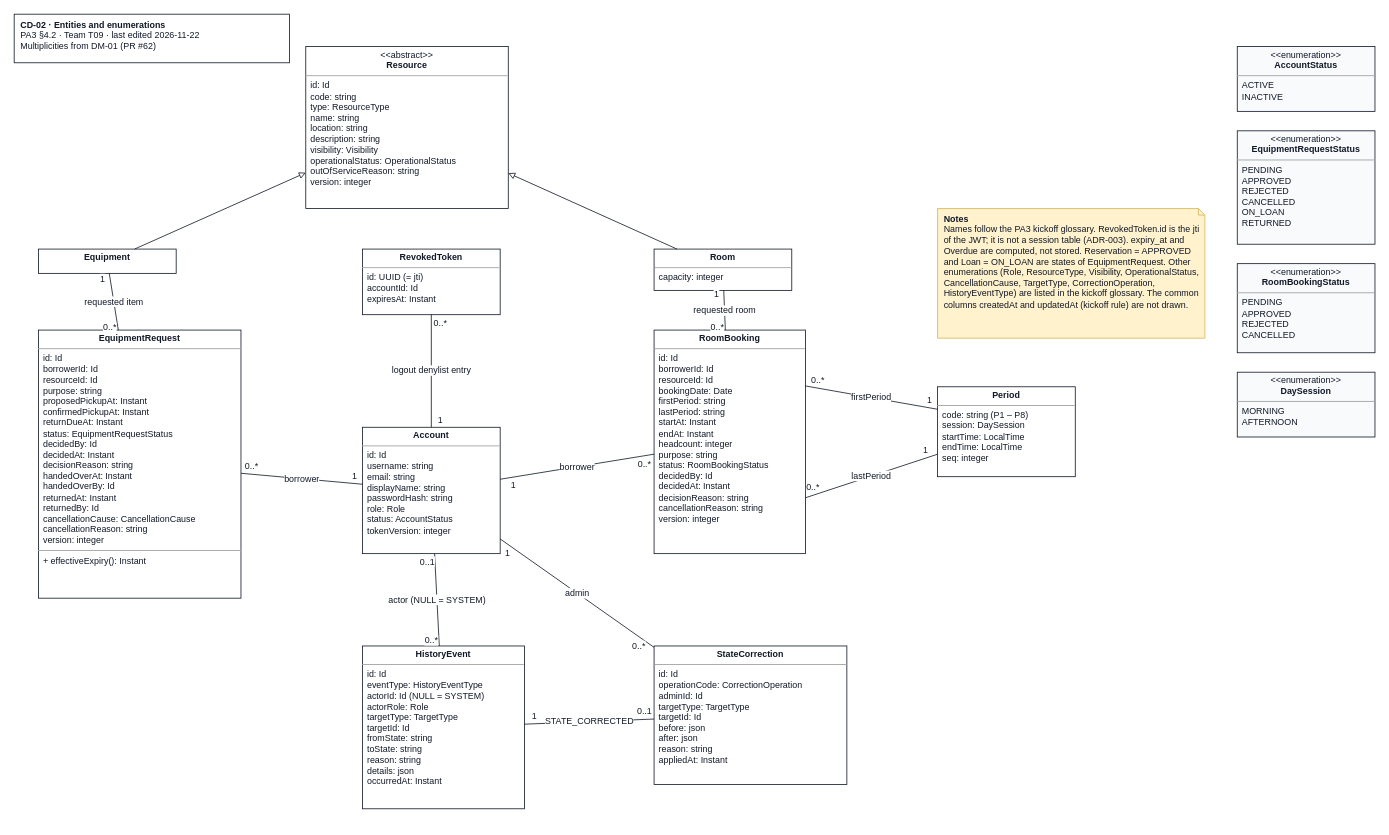
JuliaTrang/T09-CampusBorrow keeps this draw.io diagram as docs/design/diagrams/CD-02_entities.drawio. Above is the earlier version. Source tidied: cells renumbered, new cells numbered last; positions are measured from the earlier drawing's top-left corner, leaving out a move shared by most shapes. Both pictures are drawn from the tidied source at 81%, with x=0, y=0 at pixel (14, 14).
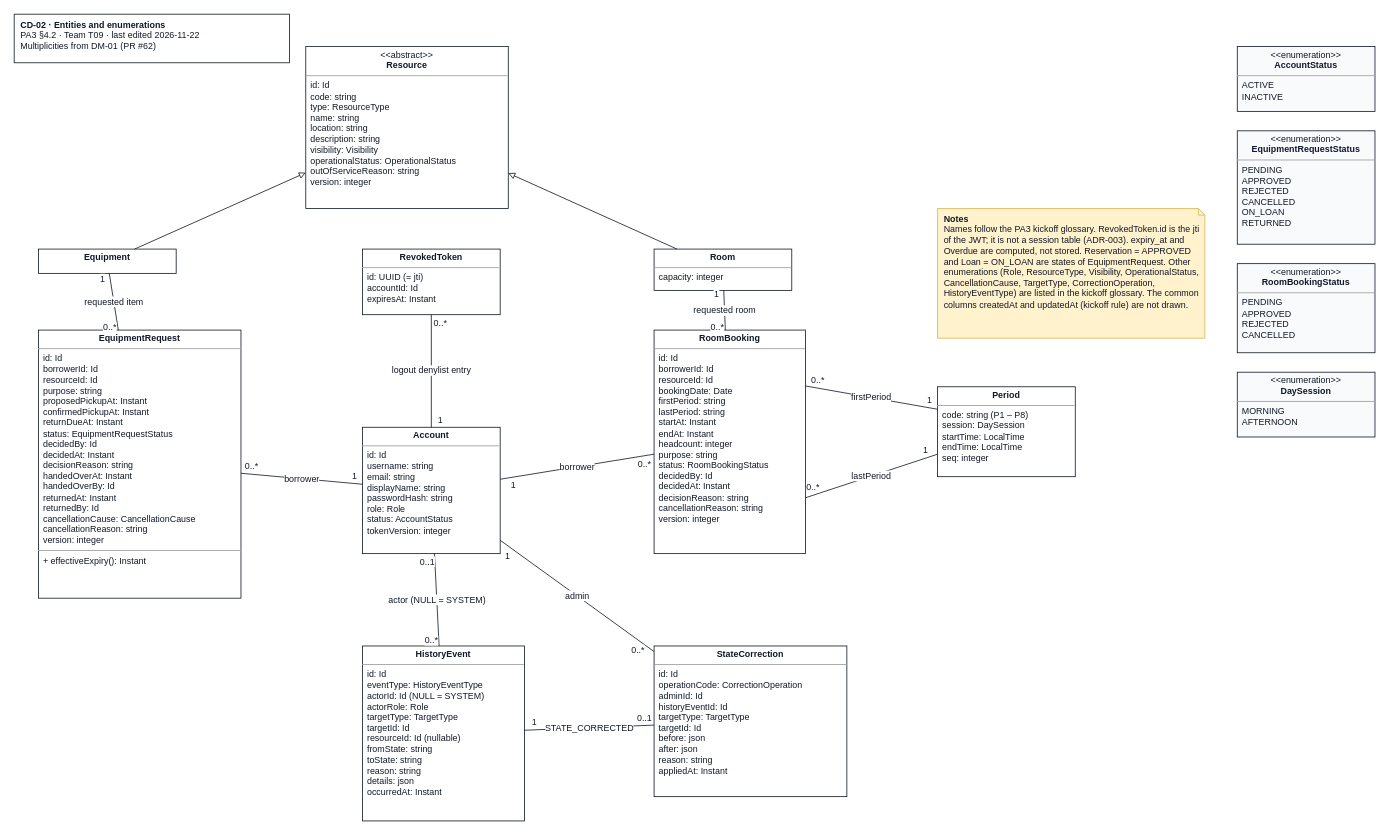
The same page after the edit.

The edit, as a diff of the source:
```diff
@@
-    <mxCell id="10" value="&lt;p style=&quot;margin:0px;margin-top:4px;text-align:center;&quot;&gt;&lt;b&gt;HistoryEvent&lt;/b&gt;&lt;/p&gt;&lt;hr size=&quot;1&quot;/&gt;&lt;p style=&quot;margin:0px;margin-left:6px;&quot;&gt;id: Id&lt;br&gt;eventType: HistoryEventType&lt;br&gt;actorId: Id  (NULL = SYSTEM)&lt;br&gt;actorRole: Role&lt;br&gt;targetType: TargetType&lt;br&gt;targetId: Id&lt;br&gt;fromState: string&lt;br&gt;toState: string&lt;br&gt;reason: string&lt;br&gt;details: json&lt;br&gt;occurredAt: Instant&lt;/p&gt;" style="verticalAlign=top;align=left;overflow=fill;html=1;whiteSpace=wrap;rounded=0;strokeColor=#111827;fillColor=#ffffff;fontFamily=Arial;fontSize=11;fontColor=#111827;" parent="1" vertex="1">
-      <mxGeometry x="430" y="780" width="200" height="201" as="geometry" />
+    <mxCell id="10" value="&lt;p style=&quot;margin:0px;margin-top:4px;text-align:center;&quot;&gt;&lt;b&gt;HistoryEvent&lt;/b&gt;&lt;/p&gt;&lt;hr size=&quot;1&quot;/&gt;&lt;p style=&quot;margin:0px;margin-left:6px;&quot;&gt;id: Id&lt;br&gt;eventType: HistoryEventType&lt;br&gt;actorId: Id  (NULL = SYSTEM)&lt;br&gt;actorRole: Role&lt;br&gt;targetType: TargetType&lt;br&gt;targetId: Id&lt;br&gt;resourceId: Id (nullable)&lt;br&gt;fromState: string&lt;br&gt;toState: string&lt;br&gt;reason: string&lt;br&gt;details: json&lt;br&gt;occurredAt: Instant&lt;/p&gt;" style="verticalAlign=top;align=left;overflow=fill;html=1;whiteSpace=wrap;rounded=0;strokeColor=#111827;fillColor=#ffffff;fontFamily=Arial;fontSize=11;fontColor=#111827;" parent="1" vertex="1">
+      <mxGeometry x="430" y="780" width="200" height="216" as="geometry" />
     </mxCell>
-    <mxCell id="11" value="&lt;p style=&quot;margin:0px;margin-top:4px;text-align:center;&quot;&gt;&lt;b&gt;StateCorrection&lt;/b&gt;&lt;/p&gt;&lt;hr size=&quot;1&quot;/&gt;&lt;p style=&quot;margin:0px;margin-left:6px;&quot;&gt;id: Id&lt;br&gt;operationCode: CorrectionOperation&lt;br&gt;adminId: Id&lt;br&gt;targetType: TargetType&lt;br&gt;targetId: Id&lt;br&gt;before: json&lt;br&gt;after: json&lt;br&gt;reason: string&lt;br&gt;appliedAt: Instant&lt;/p&gt;" style="verticalAlign=top;align=left;overflow=fill;html=1;whiteSpace=wrap;rounded=0;strokeColor=#111827;fillColor=#ffffff;fontFamily=Arial;fontSize=11;fontColor=#111827;" parent="1" vertex="1">
-      <mxGeometry x="790" y="780" width="238" height="171" as="geometry" />
+    <mxCell id="11" value="&lt;p style=&quot;margin:0px;margin-top:4px;text-align:center;&quot;&gt;&lt;b&gt;StateCorrection&lt;/b&gt;&lt;/p&gt;&lt;hr size=&quot;1&quot;/&gt;&lt;p style=&quot;margin:0px;margin-left:6px;&quot;&gt;id: Id&lt;br&gt;operationCode: CorrectionOperation&lt;br&gt;adminId: Id&lt;br&gt;historyEventId: Id&lt;br&gt;targetType: TargetType&lt;br&gt;targetId: Id&lt;br&gt;before: json&lt;br&gt;after: json&lt;br&gt;reason: string&lt;br&gt;appliedAt: Instant&lt;/p&gt;" style="verticalAlign=top;align=left;overflow=fill;html=1;whiteSpace=wrap;rounded=0;strokeColor=#111827;fillColor=#ffffff;fontFamily=Arial;fontSize=11;fontColor=#111827;" parent="1" vertex="1">
+      <mxGeometry x="790" y="780" width="238" height="186" as="geometry" />
     </mxCell>
```
